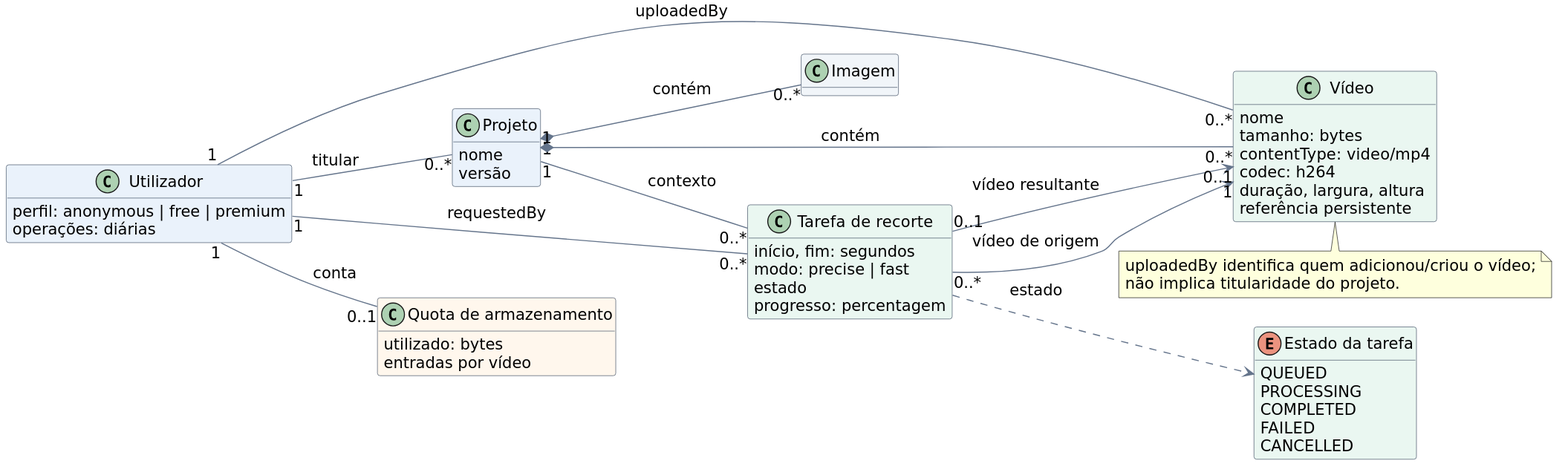
Above: fase1/report/images/picturas_modelo_dominio_video.svg in simaoaraujo27/picturas-27 (PlantUML), before the change. Source of this version:
```plantuml
@startuml
!pragma layout smetana
left to right direction
skinparam backgroundColor #FFFFFF
skinparam shadowing false
skinparam defaultFontName DejaVu Sans
skinparam defaultFontSize 15
skinparam classAttributeIconSize 0
skinparam ArrowColor #64748B
skinparam ClassBorderColor #475569
skinparam nodesep 28
skinparam ranksep 34
hide methods

class "Utilizador" as User #EAF2FB {
  perfil: anonymous | free | premium
  operações: diárias
}
class "Projeto" as Project #EAF2FB {
  nome
  versão
}
class "Imagem" as Image #F1F5F9
class "Vídeo" as Video #EAF7F1 {
  nome
  tamanho: bytes
  contentType: video/mp4
  codec: h264
  duração, largura, altura
  referência persistente
}
class "Tarefa de recorte" as Trim #EAF7F1 {
  início, fim: segundos
  modo: precise | fast
  estado
  progresso: percentagem
}
class "Quota de armazenamento" as StorageQuota #FFF7ED {
  utilizado: bytes
  entradas por vídeo
}
enum "Estado da tarefa" as State #EAF7F1 {
  QUEUED
  PROCESSING
  COMPLETED
  FAILED
  CANCELLED
}

User "1" -- "0..*" Project : titular
Project "1" *-- "0..*" Image : contém
Project "1" *-- "0..*" Video : contém
User "1" -- "0..*" Video : uploadedBy
User "1" -- "0..*" Trim : requestedBy
Project "1" -- "0..*" Trim : contexto
Trim "0..*" --> "1" Video : vídeo de origem
Trim "0..1" --> "0..1" Video : vídeo resultante
User "1" -- "0..1" StorageQuota : conta
Trim ..> State : estado

note bottom of Video
  uploadedBy identifica quem adicionou/criou o vídeo;
  não implica titularidade do projeto.
end note
@enduml
```
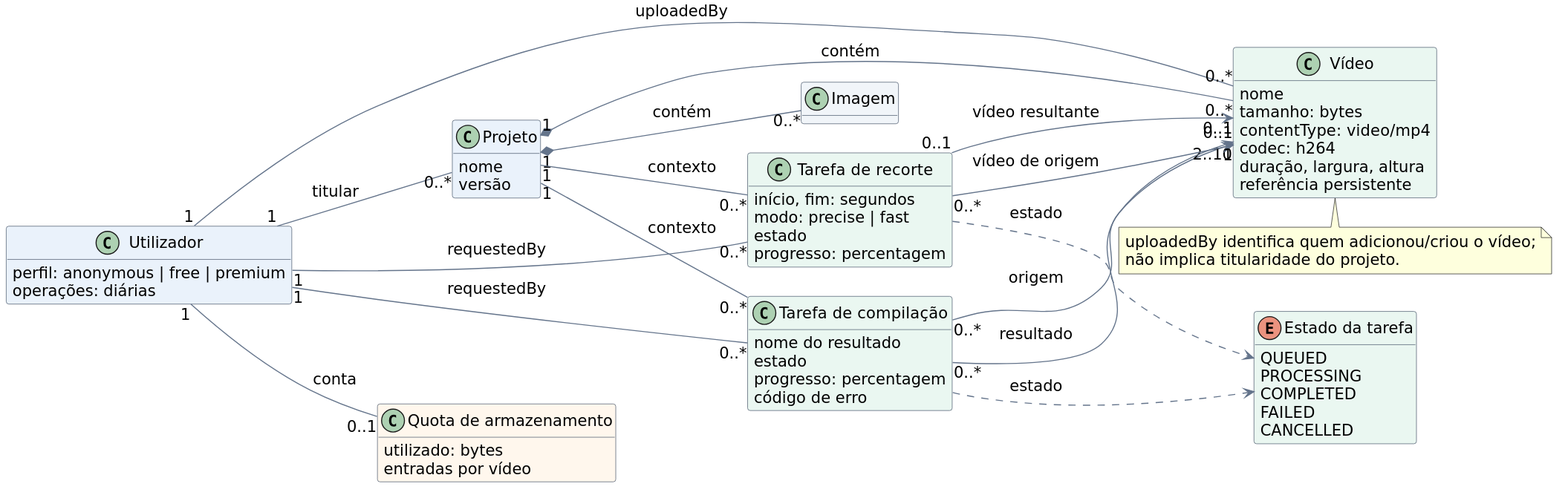
Above is the later version.

What changed in the source:
```diff
@@ -47,6 +47,20 @@
   CANCELLED
 }
 
+class "Tarefa de compilação" as Compile #EAF7F1 {
+  vídeos de origem: lista ordenada (2..10)
+  nome do resultado
+  estado
+  progresso: percentagem
+  código de erro
+}
+
+Project "1" -- "0..*" Compile : contexto
+User "1" -- "0..*" Compile : requestedBy
+Compile "0..*" --> "2..10" Video : origem
+Compile "0..*" --> "0..1" Video : resultado
+Compile ..> State : estado
+
 User "1" -- "0..*" Project : titular
 Project "1" *-- "0..*" Image : contém
 Project "1" *-- "0..*" Video : contém
```
